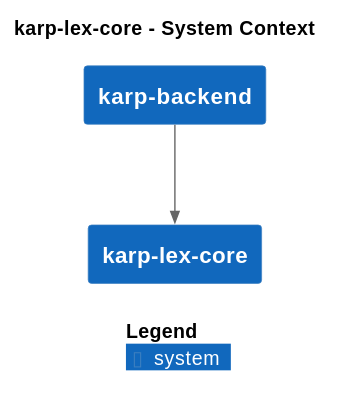
This is docs/karp-backend/docs/system-overview/svg/LexCoreSystemContext-LexCoreSystemContext.svg from spraakbanken/karp-backend, a PlantUML export, as it was before one commit. Its source is kept beside it as docs/karp-backend/docs/system-overview/puml/LexCoreSystemContext-LexCoreSystemContext.puml.
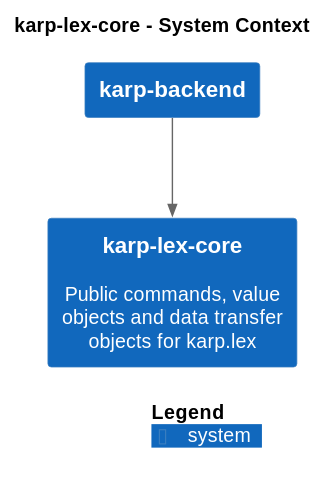
Above is the later version.

Diff of the diagram source:
```diff
@@ -9,7 +9,7 @@
 
 skinparam svgDimensionStyle false
 skinparam preserveAspectRatio meet
-System(karplexcore, "karp-lex-core", $descr="", $tags="", $link="../container/")
+System(karplexcore, "karp-lex-core", $descr="Public commands, value objects and data transfer objects for karp.lex", $tags="", $link="../container/")
 System(karpbackend, "karp-backend", $descr="", $tags="", $link="../../karp-backend/context/")
 
 Rel_D(karpbackend, karplexcore, "", $techn="", $tags="", $link="")
```
